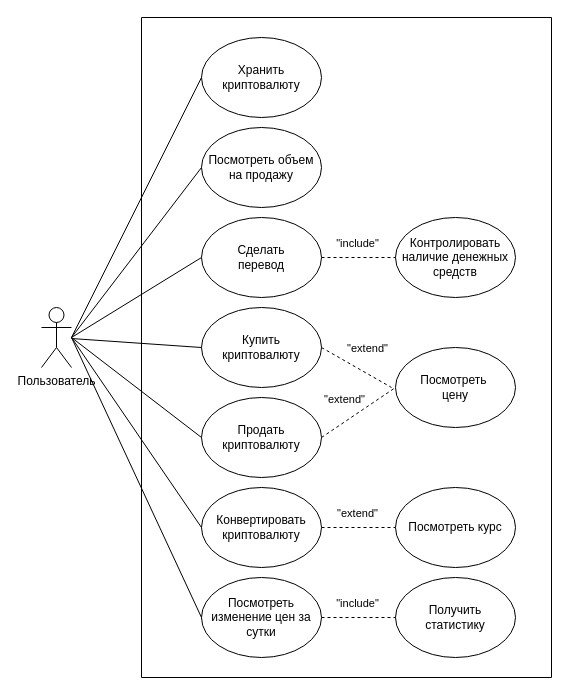
The draw.io diagram Записка/use case.drawio in NVERKHOVODKO/Crypto-Wallet-UP, before the edit. Source tidied: cells renumbered, new cells numbered last; positions are measured from the earlier drawing's top-left corner, leaving out a move shared by most shapes. Both pictures are drawn from the tidied source at 100%, with x=0, y=0 at pixel (41, 17).
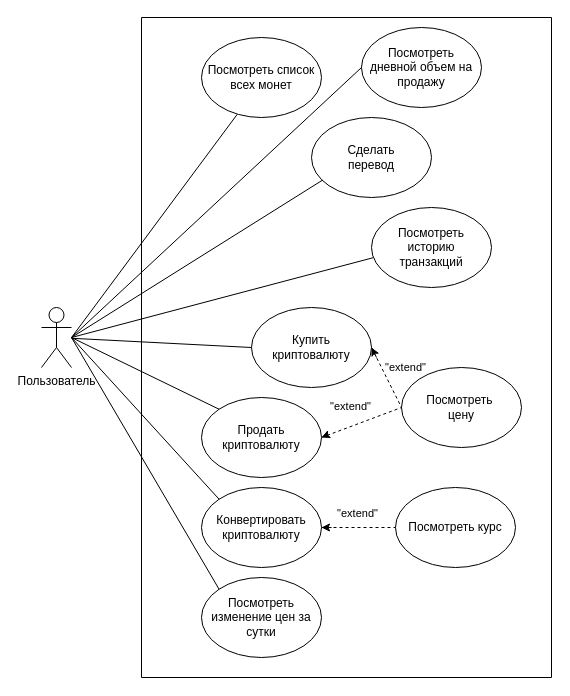
After the change.

Unchanged cells that the change refers to:
```xml
<mxCell id="4" value="Продать&lt;br&gt;криптовалюту" style="ellipse;whiteSpace=wrap;html=1;" parent="1" vertex="1">
  <mxGeometry x="160" y="380" width="120" height="80" as="geometry" />
</mxCell>
<mxCell id="5" value="Конвертировать&lt;br&gt;криптовалюту" style="ellipse;whiteSpace=wrap;html=1;" parent="1" vertex="1">
  <mxGeometry x="160" y="470" width="120" height="80" as="geometry" />
</mxCell>
<mxCell id="8" value="Посмотреть изменение цен за сутки" style="ellipse;whiteSpace=wrap;html=1;" parent="1" vertex="1">
  <mxGeometry x="160" y="560" width="120" height="80" as="geometry" />
</mxCell>
```

The edit, as a diff of the source:
```diff
@@
     <mxCell id="3" value="Купить&lt;br&gt;криптовалюту" style="ellipse;whiteSpace=wrap;html=1;" parent="1" vertex="1">
-      <mxGeometry x="160" y="290" width="120" height="80" as="geometry" />
+      <mxGeometry x="210" y="290" width="120" height="80" as="geometry" />
     </mxCell>
@@
     <mxCell id="6" value="Сделать &lt;br&gt;перевод" style="ellipse;whiteSpace=wrap;html=1;" parent="1" vertex="1">
-      <mxGeometry x="160" y="200" width="120" height="80" as="geometry" />
+      <mxGeometry x="270" y="100" width="120" height="80" as="geometry" />
     </mxCell>
-    <mxCell id="7" value="Посмотреть объем на продажу" style="ellipse;whiteSpace=wrap;html=1;" parent="1" vertex="1">
-      <mxGeometry x="160" y="110" width="120" height="80" as="geometry" />
+    <mxCell id="7" value="Посмотреть &lt;br&gt;дневной объем на продажу" style="ellipse;whiteSpace=wrap;html=1;" parent="1" vertex="1">
+      <mxGeometry x="320" y="10" width="120" height="80" as="geometry" />
     </mxCell>
@@
-    <mxCell id="9" value="Получить &lt;br&gt;статистику" style="ellipse;whiteSpace=wrap;html=1;" parent="1" vertex="1">
-      <mxGeometry x="354" y="560" width="120" height="80" as="geometry" />
-    </mxCell>
@@
     <mxCell id="11" value="Посмотреть&amp;nbsp;&lt;br&gt;цену" style="ellipse;whiteSpace=wrap;html=1;" parent="1" vertex="1">
-      <mxGeometry x="354" y="330" width="120" height="80" as="geometry" />
+      <mxGeometry x="360" y="350" width="120" height="80" as="geometry" />
     </mxCell>
-    <mxCell id="12" value="Контролировать наличие денежных средств" style="ellipse;whiteSpace=wrap;html=1;" parent="1" vertex="1">
-      <mxGeometry x="354" y="200" width="120" height="80" as="geometry" />
-    </mxCell>
@@
-    <mxCell id="14" style="endArrow=none;html=1;rounded=0;entryX=0;entryY=0.5;entryDx=0;entryDy=0;" parent="1" edge="1" target="6">
+    <mxCell id="14" style="endArrow=none;html=1;rounded=0;entryX=0.093;entryY=0.782;entryDx=0;entryDy=0;entryPerimeter=0;" parent="1" edge="1" target="6">
       <mxGeometry relative="1" as="geometry">
         <mxPoint x="30" y="320" as="sourcePoint" />
       </mxGeometry>
     </mxCell>
@@
-    <mxCell id="16" style="endArrow=none;html=1;rounded=0;exitX=0;exitY=0.5;exitDx=0;exitDy=0;" parent="1" edge="1" source="4">
+    <mxCell id="16" style="endArrow=none;html=1;rounded=0;exitX=0;exitY=0;exitDx=0;exitDy=0;" parent="1" edge="1" source="4">
       <mxGeometry relative="1" as="geometry">
         <mxPoint x="30" y="320" as="targetPoint" />
       </mxGeometry>
     </mxCell>
-    <mxCell id="17" style="endArrow=none;html=1;rounded=0;entryX=0;entryY=0.5;entryDx=0;entryDy=0;" parent="1" edge="1" target="5">
+    <mxCell id="17" style="endArrow=none;html=1;rounded=0;entryX=0;entryY=0;entryDx=0;entryDy=0;" parent="1" edge="1" target="5">
       <mxGeometry relative="1" as="geometry">
         <mxPoint x="30" y="320" as="sourcePoint" />
       </mxGeometry>
     </mxCell>
-    <mxCell id="18" style="endArrow=none;html=1;rounded=0;entryX=0;entryY=0.5;entryDx=0;entryDy=0;" parent="1" edge="1" target="8">
+    <mxCell id="18" style="endArrow=none;html=1;rounded=0;entryX=0;entryY=0;entryDx=0;entryDy=0;" parent="1" edge="1" target="8">
       <mxGeometry relative="1" as="geometry">
         <mxPoint x="30" y="320" as="sourcePoint" />
       </mxGeometry>
     </mxCell>
@@
-    <mxCell id="20" value="&quot;include&quot;" style="endArrow=none;dashed=1;html=1;rounded=0;exitX=1;exitY=0.5;exitDx=0;exitDy=0;entryX=0;entryY=0.5;entryDx=0;entryDy=0;" parent="1" edge="1" source="8" target="9">
-      <mxGeometry x="-0.03" y="14" relative="1" as="geometry" />
-    </mxCell>
-    <mxCell id="21" value="&quot;include&quot;" style="endArrow=none;dashed=1;html=1;rounded=0;exitX=1;exitY=0.5;exitDx=0;exitDy=0;entryX=0;entryY=0.5;entryDx=0;entryDy=0;" parent="1" edge="1" source="6" target="12">
-      <mxGeometry x="-0.03" y="14" relative="1" as="geometry" />
-    </mxCell>
@@
-    <mxCell id="23" value="&quot;extend&quot;" style="endArrow=none;dashed=1;html=1;rounded=0;exitX=1;exitY=0.5;exitDx=0;exitDy=0;" parent="1" edge="1" source="3">
-      <mxGeometry x="-0.01" y="22" relative="1" as="geometry">
-        <mxPoint x="350" y="370" as="targetPoint" />
-      </mxGeometry>
+    <mxCell id="23" value="&quot;extend&quot;" style="endArrow=none;dashed=1;html=1;rounded=0;exitX=1;exitY=0.5;exitDx=0;exitDy=0;entryX=0;entryY=0.5;entryDx=0;entryDy=0;" parent="1" edge="1" source="3" target="11">
+      <mxGeometry x="-0.01" y="22" relative="1" as="geometry" />
     </mxCell>
-    <mxCell id="24" value="Хранить криптовалюту" style="ellipse;whiteSpace=wrap;html=1;" parent="1" vertex="1">
+    <mxCell id="24" value="Посмотреть список всех монет" style="ellipse;whiteSpace=wrap;html=1;" parent="1" vertex="1">
       <mxGeometry x="160" y="20" width="120" height="80" as="geometry" />
     </mxCell>
-    <mxCell id="25" style="endArrow=none;html=1;rounded=0;entryX=0;entryY=0.5;entryDx=0;entryDy=0;" parent="1" edge="1" target="24">
+    <mxCell id="25" style="endArrow=none;html=1;rounded=0;entryX=0.297;entryY=0.962;entryDx=0;entryDy=0;entryPerimeter=0;" parent="1" edge="1" target="24">
       <mxGeometry relative="1" as="geometry">
         <mxPoint x="30" y="320" as="sourcePoint" />
       </mxGeometry>
     </mxCell>
@@
+    <mxCell id="30" value="Посмотреть &lt;br&gt;историю &lt;br&gt;транзакций" style="ellipse;whiteSpace=wrap;html=1;" parent="1" vertex="1">
+      <mxGeometry x="330" y="190" width="120" height="80" as="geometry" />
+    </mxCell>
+    <mxCell id="31" style="endArrow=none;html=1;rounded=0;exitX=0.013;exitY=0.628;exitDx=0;exitDy=0;exitPerimeter=0;" parent="1" edge="1" source="30">
+      <mxGeometry relative="1" as="geometry">
+        <mxPoint x="30" y="320" as="targetPoint" />
+      </mxGeometry>
+    </mxCell>
+    <mxCell id="32" style="endArrow=classic;html=1;rounded=0;" parent="1" edge="1">
+      <mxGeometry relative="1" as="geometry">
+        <mxPoint x="290" y="510" as="sourcePoint" />
+        <mxPoint x="280" y="510" as="targetPoint" />
+      </mxGeometry>
+    </mxCell>
+    <mxCell id="33" style="endArrow=classic;html=1;rounded=0;entryX=1;entryY=0.5;entryDx=0;entryDy=0;" parent="1" edge="1" target="3">
+      <mxGeometry relative="1" as="geometry">
+        <mxPoint x="335" y="340" as="sourcePoint" />
+      </mxGeometry>
+    </mxCell>
+    <mxCell id="34" style="endArrow=classic;html=1;rounded=0;entryX=1;entryY=0.5;entryDx=0;entryDy=0;" parent="1" edge="1" target="4">
+      <mxGeometry relative="1" as="geometry">
+        <mxPoint x="287" y="417" as="sourcePoint" />
+      </mxGeometry>
+    </mxCell>
```
